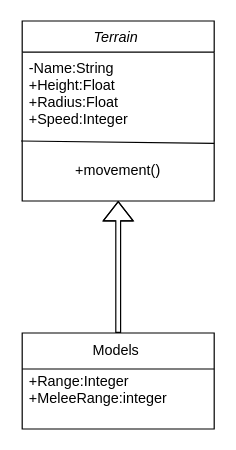
NeonPlatinum6251/Warhammer_Simulator keeps this draw.io diagram as ClassDiagram.drawio. Above is the earlier version. Source tidied: cells renumbered, new cells numbered last; positions are measured from the earlier drawing's top-left corner, leaving out a move shared by most shapes. Both pictures are drawn from the tidied source at 120%, with x=0, y=0 at pixel (22, 20).
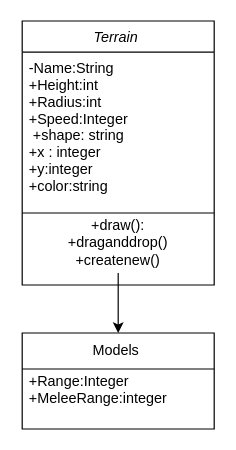
The same diagram, later.

The edit, as a diff of the source:
```diff
@@
 <mxGraphModel>
   <root>
     <mxCell id="0" />
     <mxCell id="1" parent="0" />
     <mxCell id="2" value="Terrain " style="swimlane;fontStyle=2;align=center;verticalAlign=top;horizontal=1;startSize=26;rounded=0;shadow=0;strokeWidth=1;" parent="1" vertex="1">
-      <mxGeometry width="160" height="150" as="geometry" />
+      <mxGeometry width="160" height="220" as="geometry" />
     </mxCell>
-    <mxCell id="3" value="-Name:String&#10;+Height:Float&#10;+Radius:Float&#10;+Speed:Integer " style="text;align=left;verticalAlign=top;spacingLeft=4;spacingRight=4;overflow=hidden;points=[[0,0.5],[1,0.5]];portConstraint=eastwest;" parent="2" vertex="1">
-      <mxGeometry y="26" width="160" height="74" as="geometry" />
+    <mxCell id="3" value="-Name:String&#10;+Height:int&#10;+Radius:int &#10;+Speed:Integer&#10; +shape: string &#10;+x : integer&#10;+y:integer&#10;+color:string&#10;" style="text;align=left;verticalAlign=top;spacingLeft=4;spacingRight=4;overflow=hidden;points=[[0,0.5],[1,0.5]];portConstraint=eastwest;" parent="2" vertex="1">
+      <mxGeometry y="26" width="160" height="134" as="geometry" />
     </mxCell>
-    <mxCell id="4" style="endArrow=none;html=1;rounded=0;exitX=-0.006;exitY=1;exitDx=0;exitDy=0;exitPerimeter=0;" parent="2" edge="1" source="3">
-      <mxGeometry relative="1" as="geometry">
-        <mxPoint x="160" y="102" as="targetPoint" />
-      </mxGeometry>
-    </mxCell>
-    <mxCell id="5" value="+movement()" style="text;html=1;align=center;verticalAlign=middle;whiteSpace=wrap;rounded=0;" parent="2" vertex="1">
-      <mxGeometry y="100" width="160" height="50" as="geometry" />
-    </mxCell>
     <mxCell id="6" value="Models&amp;nbsp;" style="swimlane;fontStyle=0;horizontal=1;startSize=30;whiteSpace=wrap;html=1;" parent="1" vertex="1">
       <mxGeometry y="260" width="160" height="80" as="geometry" />
     </mxCell>
     <mxCell id="7" value="+Range:Integer&lt;div&gt;+MeleeRange:integer&lt;/div&gt;&lt;div&gt;&lt;br&gt;&lt;/div&gt;" style="text;strokeColor=none;fillColor=none;align=left;verticalAlign=middle;spacingLeft=4;spacingRight=4;overflow=hidden;whiteSpace=wrap;html=1;" parent="6" vertex="1">
       <mxGeometry y="30" width="160" height="50" as="geometry" />
     </mxCell>
-    <mxCell id="8" style="shape=flexArrow;endArrow=classic;html=1;rounded=0;entryX=0.5;entryY=1;entryDx=0;entryDy=0;exitX=0.5;exitY=0;exitDx=0;exitDy=0;width=4;endSize=5;" parent="1" edge="1" source="6" target="5">
-      <mxGeometry relative="1" as="geometry">
-        <Array as="points">
-          <mxPoint x="80" y="210" />
-        </Array>
-      </mxGeometry>
-    </mxCell>
+    <mxCell id="9" style="edgeStyle=orthogonalEdgeStyle;rounded=0;jettySize=auto;html=1;" parent="1" edge="1" source="5" target="6">
+      <mxGeometry relative="1" as="geometry" />
+    </mxCell>
+    <mxCell id="5" value="+draw():&lt;div&gt;+draganddrop()&lt;/div&gt;&lt;div&gt;+createnew()&lt;/div&gt;" style="text;html=1;align=center;verticalAlign=middle;whiteSpace=wrap;rounded=0;" parent="1" vertex="1">
+      <mxGeometry y="160" width="160" height="50" as="geometry" />
+    </mxCell>
+    <mxCell id="4" style="endArrow=none;html=1;rounded=0;exitX=0;exitY=0;exitDx=0;exitDy=0;entryX=1;entryY=0;entryDx=0;entryDy=0;" parent="1" edge="1" source="5" target="5">
+      <mxGeometry relative="1" as="geometry" />
+    </mxCell>
   </root>
 </mxGraphModel>
```
